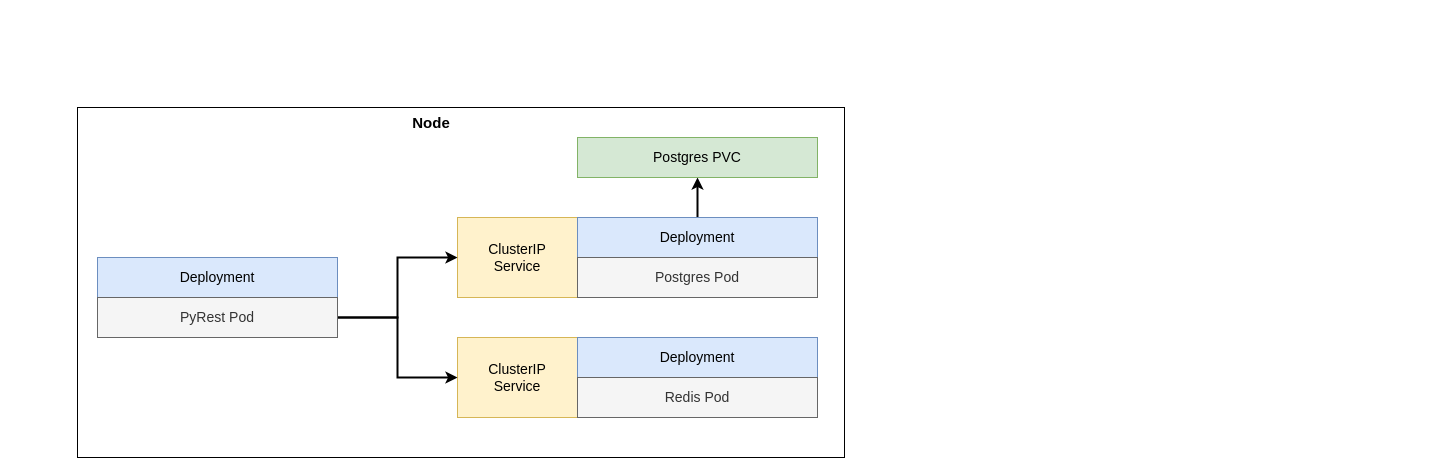
The draw.io diagram diagrams/k8s_setup.drawio in beaver-infra/snippets-container-orchestration, before the edit. Source tidied: cells renumbered, new cells numbered last; positions are measured from the earlier drawing's top-left corner, leaving out a move shared by most shapes. Both pictures are drawn from the tidied source at 100%, with x=0, y=0 at pixel (77, 107).
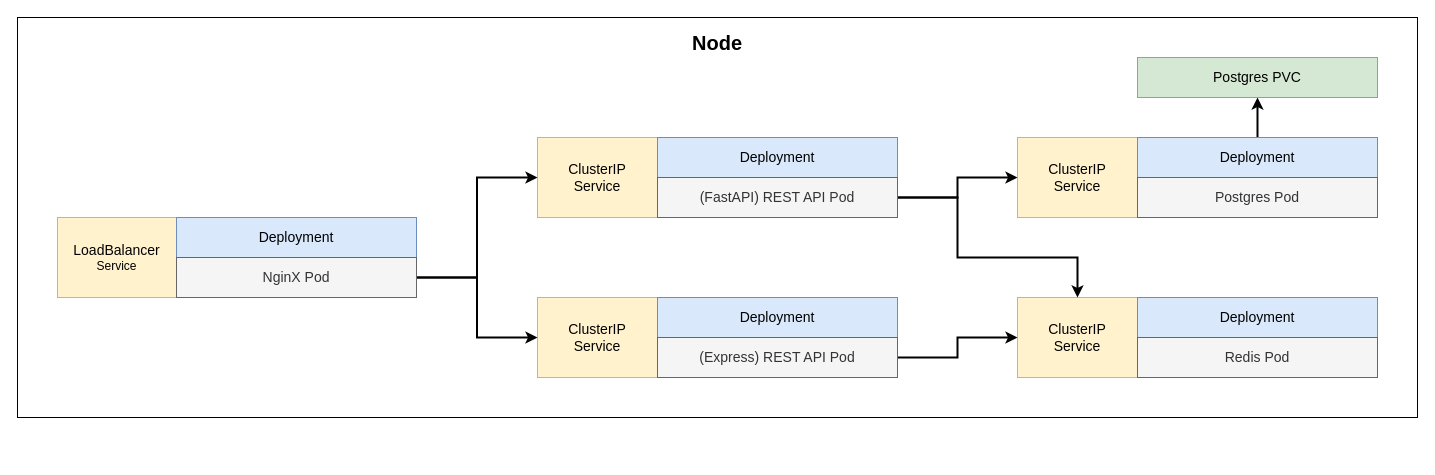
The same diagram, later.

Commit message (it also covers changes not shown here):
draw(k8s): example diagram

Diff of the diagram source:
```diff
@@
-    <mxCell id="2" style="rounded=0;whiteSpace=wrap;html=1;" parent="1" vertex="1">
-      <mxGeometry width="767" height="350" as="geometry" />
-    </mxCell>
+    <mxCell id="16" style="rounded=0;whiteSpace=wrap;html=1;" parent="1" vertex="1">
+      <mxGeometry x="-60" y="-90" width="1400" height="400" as="geometry" />
+    </mxCell>
     <mxCell id="3" value="&lt;font style=&quot;font-size: 14px;&quot;&gt;ClusterIP&lt;br&gt;Service&lt;/font&gt;" style="rounded=0;whiteSpace=wrap;html=1;fillColor=#fff2cc;strokeColor=#d6b656;" parent="1" vertex="1">
-      <mxGeometry x="380" y="110" width="120" height="80" as="geometry" />
+      <mxGeometry x="940" y="30" width="120" height="80" as="geometry" />
     </mxCell>
@@
     <mxCell id="5" value="&lt;span style=&quot;font-size: 14px;&quot;&gt;Deployment&lt;/span&gt;" style="rounded=0;whiteSpace=wrap;html=1;fillColor=#dae8fc;strokeColor=#6c8ebf;" parent="1" vertex="1">
-      <mxGeometry x="500" y="110" width="240" height="40" as="geometry" />
+      <mxGeometry x="1060" y="30" width="240" height="40" as="geometry" />
     </mxCell>
     <mxCell id="6" value="&lt;span style=&quot;font-size: 14px;&quot;&gt;Postgres Pod&lt;/span&gt;" style="rounded=0;whiteSpace=wrap;html=1;fillColor=#f5f5f5;fontColor=#333333;strokeColor=#666666;" parent="1" vertex="1">
-      <mxGeometry x="500" y="150" width="240" height="40" as="geometry" />
+      <mxGeometry x="1060" y="70" width="240" height="40" as="geometry" />
     </mxCell>
     <mxCell id="7" value="&lt;font style=&quot;font-size: 14px;&quot;&gt;ClusterIP&lt;br&gt;Service&lt;/font&gt;" style="rounded=0;whiteSpace=wrap;html=1;fillColor=#fff2cc;strokeColor=#d6b656;" parent="1" vertex="1">
-      <mxGeometry x="380" y="230" width="120" height="80" as="geometry" />
+      <mxGeometry x="940" y="190" width="120" height="80" as="geometry" />
     </mxCell>
     <mxCell id="8" value="&lt;span style=&quot;font-size: 14px;&quot;&gt;Deployment&lt;/span&gt;" style="rounded=0;whiteSpace=wrap;html=1;fillColor=#dae8fc;strokeColor=#6c8ebf;" parent="1" vertex="1">
-      <mxGeometry x="500" y="230" width="240" height="40" as="geometry" />
+      <mxGeometry x="1060" y="190" width="240" height="40" as="geometry" />
     </mxCell>
     <mxCell id="9" value="&lt;span style=&quot;font-size: 14px;&quot;&gt;Redis Pod&lt;/span&gt;" style="rounded=0;whiteSpace=wrap;html=1;fillColor=#f5f5f5;fontColor=#333333;strokeColor=#666666;" parent="1" vertex="1">
-      <mxGeometry x="500" y="270" width="240" height="40" as="geometry" />
+      <mxGeometry x="1060" y="230" width="240" height="40" as="geometry" />
     </mxCell>
     <mxCell id="10" value="&lt;span style=&quot;font-size: 14px;&quot;&gt;Postgres PVC&lt;/span&gt;" style="rounded=0;whiteSpace=wrap;html=1;fillColor=#d5e8d4;strokeColor=#82b366;" parent="1" vertex="1">
-      <mxGeometry x="500" y="30" width="240" height="40" as="geometry" />
+      <mxGeometry x="1060" y="-50" width="240" height="40" as="geometry" />
     </mxCell>
-    <mxCell id="11" value="&lt;span style=&quot;font-size: 14px;&quot;&gt;Deployment&lt;/span&gt;" style="rounded=0;whiteSpace=wrap;html=1;fillColor=#dae8fc;strokeColor=#6c8ebf;" parent="1" vertex="1">
-      <mxGeometry x="20" y="150" width="240" height="40" as="geometry" />
-    </mxCell>
-    <mxCell id="12" style="edgeStyle=orthogonalEdgeStyle;rounded=0;jettySize=auto;html=1;exitX=1;exitY=0.5;exitDx=0;exitDy=0;entryX=0;entryY=0.5;entryDx=0;entryDy=0;strokeWidth=2;" parent="1" edge="1" source="14" target="3">
-      <mxGeometry relative="1" as="geometry" />
-    </mxCell>
-    <mxCell id="13" style="edgeStyle=orthogonalEdgeStyle;rounded=0;jettySize=auto;html=1;exitX=1;exitY=0.5;exitDx=0;exitDy=0;entryX=0;entryY=0.5;entryDx=0;entryDy=0;strokeWidth=2;" parent="1" edge="1" source="14" target="7">
-      <mxGeometry relative="1" as="geometry" />
-    </mxCell>
-    <mxCell id="14" value="&lt;span style=&quot;font-size: 14px;&quot;&gt;PyRest Pod&lt;/span&gt;" style="rounded=0;whiteSpace=wrap;html=1;fillColor=#f5f5f5;fontColor=#333333;strokeColor=#666666;" parent="1" vertex="1">
-      <mxGeometry x="20" y="190" width="240" height="40" as="geometry" />
-    </mxCell>
-    <mxCell id="15" value="&lt;font style=&quot;font-size: 15px;&quot;&gt;&lt;b&gt;Node&lt;/b&gt;&lt;/font&gt;" style="text;html=1;strokeColor=none;fillColor=none;align=center;verticalAlign=middle;whiteSpace=wrap;rounded=0;" parent="1" vertex="1">
-      <mxGeometry x="324" width="60" height="30" as="geometry" />
+    <mxCell id="15" value="&lt;font size=&quot;1&quot; style=&quot;&quot;&gt;&lt;b style=&quot;font-size: 20px;&quot;&gt;Node&lt;/b&gt;&lt;/font&gt;" style="text;html=1;strokeColor=none;fillColor=none;align=center;verticalAlign=middle;whiteSpace=wrap;rounded=0;" parent="1" vertex="1">
+      <mxGeometry x="610" y="-80" width="60" height="30" as="geometry" />
     </mxCell>
+    <mxCell id="17" value="&lt;font style=&quot;font-size: 14px;&quot;&gt;ClusterIP&lt;br&gt;Service&lt;/font&gt;" style="rounded=0;whiteSpace=wrap;html=1;fillColor=#fff2cc;strokeColor=#d6b656;" parent="1" vertex="1">
+      <mxGeometry x="460" y="30" width="120" height="80" as="geometry" />
+    </mxCell>
+    <mxCell id="18" value="&lt;span style=&quot;font-size: 14px;&quot;&gt;Deployment&lt;/span&gt;" style="rounded=0;whiteSpace=wrap;html=1;fillColor=#dae8fc;strokeColor=#6c8ebf;" parent="1" vertex="1">
+      <mxGeometry x="580" y="30" width="240" height="40" as="geometry" />
+    </mxCell>
+    <mxCell id="19" style="edgeStyle=orthogonalEdgeStyle;rounded=0;jettySize=auto;html=1;exitX=1;exitY=0.5;exitDx=0;exitDy=0;strokeWidth=2;" parent="1" edge="1" source="21" target="3">
+      <mxGeometry relative="1" as="geometry" />
+    </mxCell>
+    <mxCell id="20" style="edgeStyle=orthogonalEdgeStyle;rounded=0;jettySize=auto;html=1;exitX=1;exitY=0.5;exitDx=0;exitDy=0;entryX=0.5;entryY=0;entryDx=0;entryDy=0;strokeWidth=2;" parent="1" edge="1" source="21" target="7">
+      <mxGeometry relative="1" as="geometry">
+        <Array as="points">
+          <mxPoint x="880" y="90" />
+          <mxPoint x="880" y="150" />
+          <mxPoint x="1000" y="150" />
+        </Array>
+      </mxGeometry>
+    </mxCell>
+    <mxCell id="21" value="&lt;span style=&quot;font-size: 14px;&quot;&gt;(FastAPI) REST API Pod&lt;/span&gt;" style="rounded=0;whiteSpace=wrap;html=1;fillColor=#f5f5f5;fontColor=#333333;strokeColor=#666666;" parent="1" vertex="1">
+      <mxGeometry x="580" y="70" width="240" height="40" as="geometry" />
+    </mxCell>
+    <mxCell id="22" value="&lt;font style=&quot;font-size: 14px;&quot;&gt;ClusterIP&lt;br&gt;Service&lt;/font&gt;" style="rounded=0;whiteSpace=wrap;html=1;fillColor=#fff2cc;strokeColor=#d6b656;" parent="1" vertex="1">
+      <mxGeometry x="460" y="190" width="120" height="80" as="geometry" />
+    </mxCell>
+    <mxCell id="23" value="&lt;span style=&quot;font-size: 14px;&quot;&gt;Deployment&lt;/span&gt;" style="rounded=0;whiteSpace=wrap;html=1;fillColor=#dae8fc;strokeColor=#6c8ebf;" parent="1" vertex="1">
+      <mxGeometry x="580" y="190" width="240" height="40" as="geometry" />
+    </mxCell>
+    <mxCell id="24" style="edgeStyle=orthogonalEdgeStyle;rounded=0;jettySize=auto;html=1;exitX=1;exitY=0.5;exitDx=0;exitDy=0;entryX=0;entryY=0.5;entryDx=0;entryDy=0;strokeWidth=2;" parent="1" edge="1" source="25" target="7">
+      <mxGeometry relative="1" as="geometry" />
+    </mxCell>
+    <mxCell id="25" value="&lt;span style=&quot;font-size: 14px;&quot;&gt;(Express) REST API Pod&lt;/span&gt;" style="rounded=0;whiteSpace=wrap;html=1;fillColor=#f5f5f5;fontColor=#333333;strokeColor=#666666;" parent="1" vertex="1">
+      <mxGeometry x="580" y="230" width="240" height="40" as="geometry" />
+    </mxCell>
+    <mxCell id="26" value="&lt;span style=&quot;font-size: 14px;&quot;&gt;LoadBalancer&lt;br&gt;&lt;/span&gt;Service" style="rounded=0;whiteSpace=wrap;html=1;fillColor=#fff2cc;strokeColor=#d6b656;" parent="1" vertex="1">
+      <mxGeometry x="-20" y="110" width="119" height="80" as="geometry" />
+    </mxCell>
+    <mxCell id="27" value="&lt;span style=&quot;font-size: 14px;&quot;&gt;Deployment&lt;/span&gt;" style="rounded=0;whiteSpace=wrap;html=1;fillColor=#dae8fc;strokeColor=#6c8ebf;" parent="1" vertex="1">
+      <mxGeometry x="99" y="110" width="240" height="40" as="geometry" />
+    </mxCell>
+    <mxCell id="28" style="edgeStyle=orthogonalEdgeStyle;rounded=0;jettySize=auto;html=1;exitX=1;exitY=0.5;exitDx=0;exitDy=0;strokeWidth=2;" parent="1" edge="1" source="30" target="22">
+      <mxGeometry relative="1" as="geometry" />
+    </mxCell>
+    <mxCell id="29" style="edgeStyle=orthogonalEdgeStyle;rounded=0;jettySize=auto;html=1;exitX=1;exitY=0.5;exitDx=0;exitDy=0;entryX=0;entryY=0.5;entryDx=0;entryDy=0;strokeWidth=2;" parent="1" edge="1" source="30" target="17">
+      <mxGeometry relative="1" as="geometry" />
+    </mxCell>
+    <mxCell id="30" value="&lt;span style=&quot;font-size: 14px;&quot;&gt;NginX Pod&lt;/span&gt;" style="rounded=0;whiteSpace=wrap;html=1;fillColor=#f5f5f5;fontColor=#333333;strokeColor=#666666;" parent="1" vertex="1">
+      <mxGeometry x="99" y="150" width="240" height="40" as="geometry" />
+    </mxCell>
```
